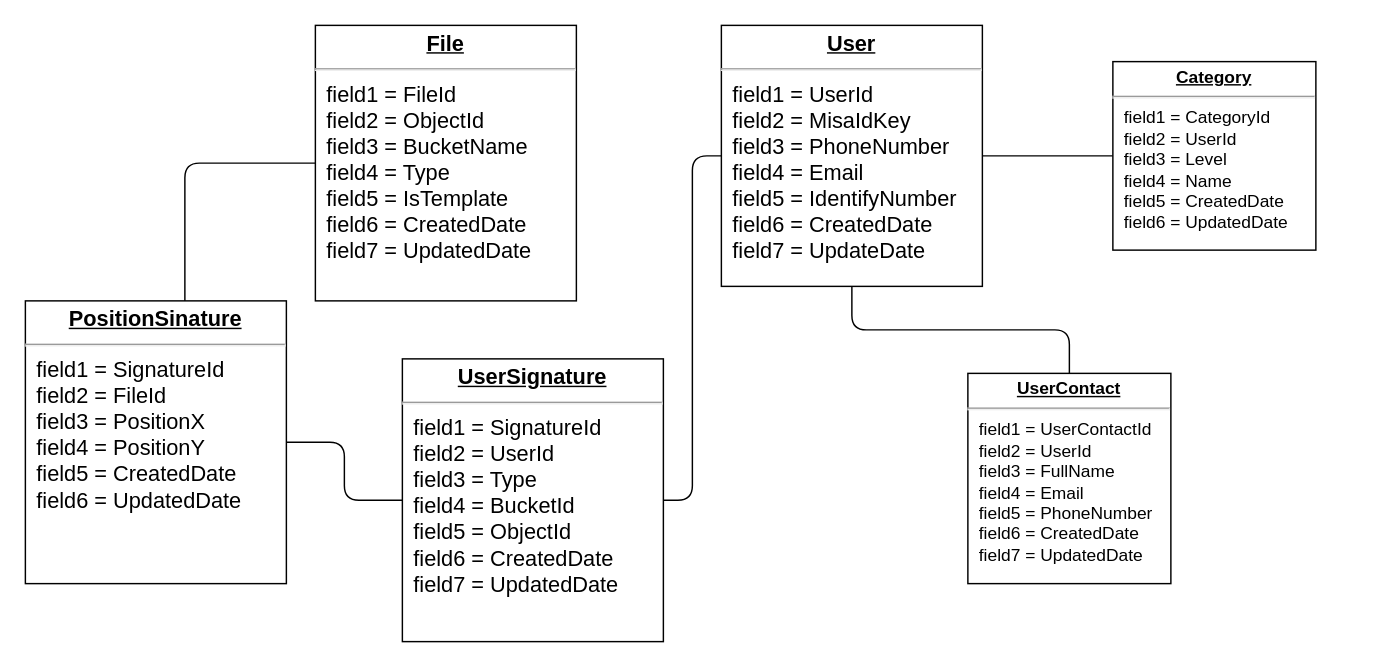
thangmt1997/app_sales keeps this draw.io diagram as DatabaseDiagram.drawio. Above is the earlier version. Source tidied: cells renumbered, new cells numbered last; positions are measured from the earlier drawing's top-left corner, leaving out a move shared by most shapes. Both pictures are drawn from the tidied source at 145%, with x=0, y=0 at pixel (25, 25).
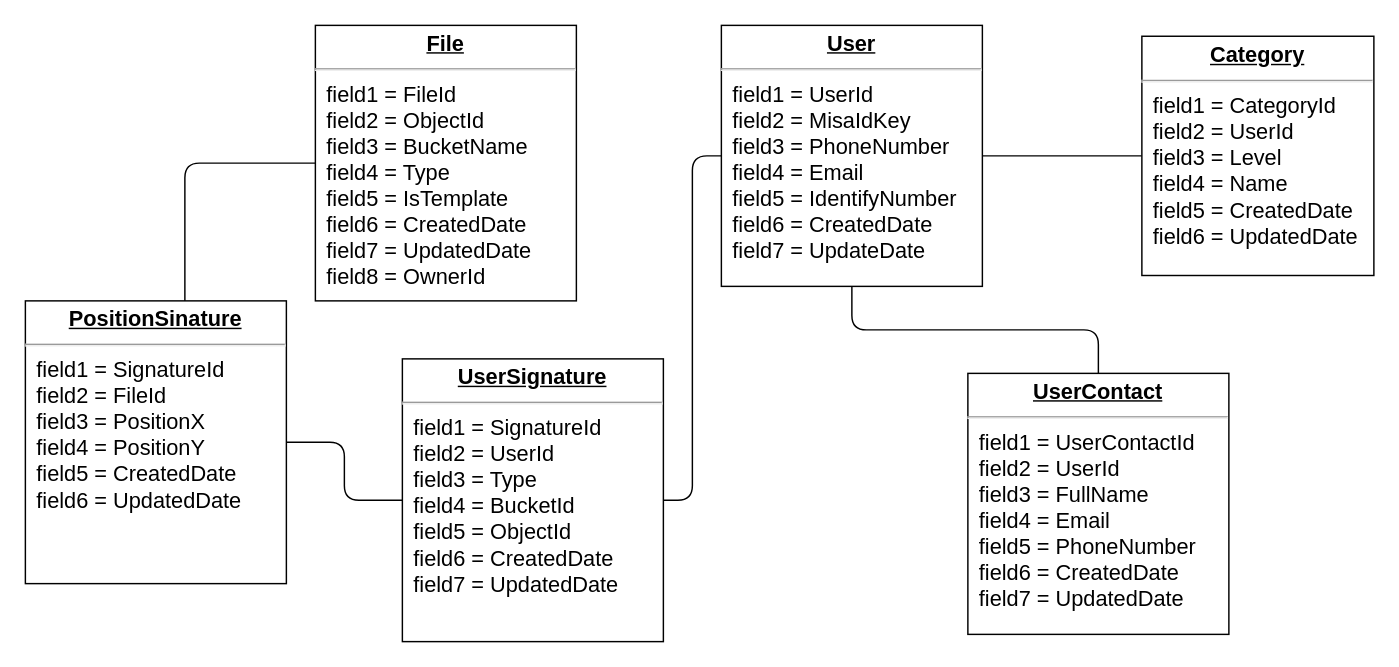
Above is the later version.

Change to the diagram source:
```diff
@@
 <mxGraphModel background="#ffffff">
   <root>
     <mxCell id="0" />
     <mxCell id="1" parent="0" />
-    <mxCell id="2" value="&lt;p style=&quot;margin: 4px 0px 0px ; text-align: center ; text-decoration: underline ; font-size: 15px&quot;&gt;&lt;b style=&quot;font-size: 15px&quot;&gt;File&lt;/b&gt;&lt;/p&gt;&lt;hr style=&quot;font-size: 15px&quot;&gt;&lt;p style=&quot;margin: 0px 0px 0px 8px ; font-size: 15px&quot;&gt;field1 = FileId&lt;br style=&quot;font-size: 15px&quot;&gt;field2 = ObjectId&lt;br style=&quot;font-size: 15px&quot;&gt;field3 = BucketName&lt;/p&gt;&lt;p style=&quot;margin: 0px 0px 0px 8px ; font-size: 15px&quot;&gt;field4 = Type&lt;br style=&quot;font-size: 15px&quot;&gt;&lt;/p&gt;&lt;p style=&quot;margin: 0px 0px 0px 8px ; font-size: 15px&quot;&gt;field5 = IsTemplate&lt;br style=&quot;font-size: 15px&quot;&gt;&lt;/p&gt;&lt;p style=&quot;margin: 0px 0px 0px 8px ; font-size: 15px&quot;&gt;field6 = CreatedDate&lt;br style=&quot;font-size: 15px&quot;&gt;&lt;/p&gt;&lt;p style=&quot;margin: 0px 0px 0px 8px ; font-size: 15px&quot;&gt;field7 = UpdatedDate&lt;/p&gt;" style="verticalAlign=top;align=left;overflow=fill;fontSize=15;fontFamily=Helvetica;html=1;rounded=0;shadow=0;comic=0;labelBackgroundColor=none;strokeWidth=1;" parent="1" vertex="1">
+    <mxCell id="2" value="&lt;p style=&quot;margin: 4px 0px 0px ; text-align: center ; text-decoration: underline ; font-size: 15px&quot;&gt;&lt;b style=&quot;font-size: 15px&quot;&gt;File&lt;/b&gt;&lt;/p&gt;&lt;hr style=&quot;font-size: 15px&quot;&gt;&lt;p style=&quot;margin: 0px 0px 0px 8px ; font-size: 15px&quot;&gt;field1 = FileId&lt;br style=&quot;font-size: 15px&quot;&gt;field2 = ObjectId&lt;br style=&quot;font-size: 15px&quot;&gt;field3 = BucketName&lt;/p&gt;&lt;p style=&quot;margin: 0px 0px 0px 8px ; font-size: 15px&quot;&gt;field4 = Type&lt;br style=&quot;font-size: 15px&quot;&gt;&lt;/p&gt;&lt;p style=&quot;margin: 0px 0px 0px 8px ; font-size: 15px&quot;&gt;field5 = IsTemplate&lt;br style=&quot;font-size: 15px&quot;&gt;&lt;/p&gt;&lt;p style=&quot;margin: 0px 0px 0px 8px ; font-size: 15px&quot;&gt;field6 = CreatedDate&lt;br style=&quot;font-size: 15px&quot;&gt;&lt;/p&gt;&lt;p style=&quot;margin: 0px 0px 0px 8px ; font-size: 15px&quot;&gt;field7 = UpdatedDate&lt;br&gt;field8 = OwnerId&lt;/p&gt;" style="verticalAlign=top;align=left;overflow=fill;fontSize=15;fontFamily=Helvetica;html=1;rounded=0;shadow=0;comic=0;labelBackgroundColor=none;strokeWidth=1;" parent="1" vertex="1">
       <mxGeometry x="200" width="180" height="190" as="geometry" />
     </mxCell>
     <mxCell id="3" style="edgeStyle=orthogonalEdgeStyle;rounded=1;jettySize=auto;html=1;entryX=1;entryY=0.5;entryDx=0;entryDy=0;fontSize=15;endArrow=none;endFill=0;strokeColor=#000000;" parent="1" edge="1" source="4" target="12">
       <mxGeometry relative="1" as="geometry" />
     </mxCell>
     <mxCell id="4" value="&lt;p style=&quot;margin: 4px 0px 0px; text-align: center; text-decoration: underline; font-size: 15px;&quot;&gt;&lt;b style=&quot;font-size: 15px;&quot;&gt;UserSignature&lt;/b&gt;&lt;/p&gt;&lt;hr style=&quot;font-size: 15px;&quot;&gt;&lt;p style=&quot;margin: 0px 0px 0px 8px; font-size: 15px;&quot;&gt;field1 = SignatureId&lt;br style=&quot;font-size: 15px;&quot;&gt;field2 = UserId&lt;br style=&quot;font-size: 15px;&quot;&gt;field3 = Type&lt;/p&gt;&lt;p style=&quot;margin: 0px 0px 0px 8px; font-size: 15px;&quot;&gt;field4 = BucketId&lt;/p&gt;&lt;p style=&quot;margin: 0px 0px 0px 8px; font-size: 15px;&quot;&gt;field5 = ObjectId&lt;br style=&quot;font-size: 15px;&quot;&gt;&lt;/p&gt;&lt;p style=&quot;margin: 0px 0px 0px 8px; font-size: 15px;&quot;&gt;field6 = CreatedDate&lt;/p&gt;&lt;p style=&quot;margin: 0px 0px 0px 8px; font-size: 15px;&quot;&gt;field7 = UpdatedDate&lt;/p&gt;&lt;p style=&quot;margin: 0px 0px 0px 8px; font-size: 15px;&quot;&gt;&lt;br style=&quot;font-size: 15px;&quot;&gt;&lt;/p&gt;" style="verticalAlign=top;align=left;overflow=fill;fontSize=15;fontFamily=Helvetica;html=1;rounded=0;shadow=0;comic=0;labelBackgroundColor=none;strokeWidth=1;" parent="1" vertex="1">
       <mxGeometry x="260" y="230" width="180" height="195" as="geometry" />
     </mxCell>
     <mxCell id="5" style="edgeStyle=orthogonalEdgeStyle;rounded=1;jettySize=auto;html=1;entryX=0;entryY=0.5;entryDx=0;entryDy=0;fontSize=15;endArrow=none;endFill=0;strokeColor=#000000;" parent="1" edge="1" source="8" target="10">
       <mxGeometry relative="1" as="geometry" />
     </mxCell>
     <mxCell id="6" style="edgeStyle=orthogonalEdgeStyle;rounded=1;jettySize=auto;html=1;entryX=1;entryY=0.5;entryDx=0;entryDy=0;fontSize=15;endArrow=none;endFill=0;strokeColor=#000000;" parent="1" edge="1" source="8" target="4">
       <mxGeometry relative="1" as="geometry" />
     </mxCell>
     <mxCell id="7" style="edgeStyle=orthogonalEdgeStyle;rounded=1;jettySize=auto;html=1;entryX=0.5;entryY=0;entryDx=0;entryDy=0;fontSize=15;endArrow=none;endFill=0;strokeColor=#000000;" parent="1" edge="1" source="8" target="9">
       <mxGeometry relative="1" as="geometry" />
     </mxCell>
     <mxCell id="8" value="&lt;p style=&quot;margin: 4px 0px 0px ; text-align: center ; text-decoration: underline ; font-size: 15px&quot;&gt;&lt;b style=&quot;font-size: 15px&quot;&gt;User&lt;/b&gt;&lt;/p&gt;&lt;hr style=&quot;font-size: 15px&quot;&gt;&lt;p style=&quot;margin: 0px 0px 0px 8px ; font-size: 15px&quot;&gt;field1 = UserId&lt;br style=&quot;font-size: 15px&quot;&gt;field2 = MisaIdKey&lt;br style=&quot;font-size: 15px&quot;&gt;field3 = PhoneNumber&lt;/p&gt;&lt;p style=&quot;margin: 0px 0px 0px 8px ; font-size: 15px&quot;&gt;field4 = Email&lt;br style=&quot;font-size: 15px&quot;&gt;&lt;/p&gt;&lt;p style=&quot;margin: 0px 0px 0px 8px ; font-size: 15px&quot;&gt;field5 = IdentifyNumber&lt;br style=&quot;font-size: 15px&quot;&gt;&lt;/p&gt;&lt;p style=&quot;margin: 0px 0px 0px 8px ; font-size: 15px&quot;&gt;field6 = CreatedDate&lt;br style=&quot;font-size: 15px&quot;&gt;&lt;/p&gt;&lt;p style=&quot;margin: 0px 0px 0px 8px ; font-size: 15px&quot;&gt;field7 = UpdateDate&lt;br style=&quot;font-size: 15px&quot;&gt;&lt;/p&gt;&lt;p style=&quot;margin: 0px 0px 0px 8px ; font-size: 15px&quot;&gt;&lt;br&gt;&lt;/p&gt;" style="verticalAlign=top;align=left;overflow=fill;fontSize=15;fontFamily=Helvetica;html=1;rounded=0;shadow=0;comic=0;labelBackgroundColor=none;strokeWidth=1;" parent="1" vertex="1">
       <mxGeometry x="480" width="180" height="180" as="geometry" />
     </mxCell>
-    <mxCell id="9" value="&lt;p style=&quot;margin: 0px ; margin-top: 4px ; text-align: center ; text-decoration: underline&quot;&gt;&lt;b&gt;UserContact&lt;/b&gt;&lt;/p&gt;&lt;hr&gt;&lt;p style=&quot;margin: 0px ; margin-left: 8px&quot;&gt;field1 = UserContactId&lt;br&gt;field2 = UserId&lt;br&gt;field3 = FullName&lt;/p&gt;&lt;p style=&quot;margin: 0px ; margin-left: 8px&quot;&gt;field4 = Email&lt;br&gt;&lt;/p&gt;&lt;p style=&quot;margin: 0px ; margin-left: 8px&quot;&gt;field5 = PhoneNumber&lt;br&gt;&lt;/p&gt;&lt;p style=&quot;margin: 0px ; margin-left: 8px&quot;&gt;field6 = CreatedDate&lt;br&gt;&lt;/p&gt;&lt;p style=&quot;margin: 0px ; margin-left: 8px&quot;&gt;field7 = UpdatedDate&lt;/p&gt;" style="verticalAlign=top;align=left;overflow=fill;fontSize=12;fontFamily=Helvetica;html=1;rounded=0;shadow=0;comic=0;labelBackgroundColor=none;strokeWidth=1;" parent="1" vertex="1">
-      <mxGeometry x="650" y="240" width="140" height="145" as="geometry" />
+    <mxCell id="9" value="&lt;p style=&quot;margin: 4px 0px 0px; text-align: center; text-decoration: underline; font-size: 15px;&quot;&gt;&lt;b style=&quot;font-size: 15px;&quot;&gt;UserContact&lt;/b&gt;&lt;/p&gt;&lt;hr style=&quot;font-size: 15px;&quot;&gt;&lt;p style=&quot;margin: 0px 0px 0px 8px; font-size: 15px;&quot;&gt;field1 = UserContactId&lt;br style=&quot;font-size: 15px;&quot;&gt;field2 = UserId&lt;br style=&quot;font-size: 15px;&quot;&gt;field3 = FullName&lt;/p&gt;&lt;p style=&quot;margin: 0px 0px 0px 8px; font-size: 15px;&quot;&gt;field4 = Email&lt;br style=&quot;font-size: 15px;&quot;&gt;&lt;/p&gt;&lt;p style=&quot;margin: 0px 0px 0px 8px; font-size: 15px;&quot;&gt;field5 = PhoneNumber&lt;br style=&quot;font-size: 15px;&quot;&gt;&lt;/p&gt;&lt;p style=&quot;margin: 0px 0px 0px 8px; font-size: 15px;&quot;&gt;field6 = CreatedDate&lt;br style=&quot;font-size: 15px;&quot;&gt;&lt;/p&gt;&lt;p style=&quot;margin: 0px 0px 0px 8px; font-size: 15px;&quot;&gt;field7 = UpdatedDate&lt;/p&gt;" style="verticalAlign=top;align=left;overflow=fill;fontSize=15;fontFamily=Helvetica;html=1;rounded=0;shadow=0;comic=0;labelBackgroundColor=none;strokeWidth=1;" parent="1" vertex="1">
+      <mxGeometry x="650" y="240" width="180" height="180" as="geometry" />
     </mxCell>
-    <mxCell id="10" value="&lt;p style=&quot;margin: 0px ; margin-top: 4px ; text-align: center ; text-decoration: underline&quot;&gt;&lt;b&gt;Category&lt;/b&gt;&lt;/p&gt;&lt;hr&gt;&lt;p style=&quot;margin: 0px ; margin-left: 8px&quot;&gt;field1 = CategoryId&lt;br&gt;field2 = UserId&lt;br&gt;field3 = Level&lt;/p&gt;&lt;p style=&quot;margin: 0px ; margin-left: 8px&quot;&gt;field4 = Name&lt;br&gt;&lt;/p&gt;&lt;p style=&quot;margin: 0px ; margin-left: 8px&quot;&gt;field5 = CreatedDate&lt;/p&gt;&lt;p style=&quot;margin: 0px ; margin-left: 8px&quot;&gt;field6 = UpdatedDate&lt;/p&gt;&lt;p style=&quot;margin: 0px ; margin-left: 8px&quot;&gt;&lt;br&gt;&lt;/p&gt;" style="verticalAlign=top;align=left;overflow=fill;fontSize=12;fontFamily=Helvetica;html=1;rounded=0;shadow=0;comic=0;labelBackgroundColor=none;strokeWidth=1;" parent="1" vertex="1">
-      <mxGeometry x="750" y="25" width="140" height="130" as="geometry" />
+    <mxCell id="10" value="&lt;p style=&quot;margin: 4px 0px 0px; text-align: center; text-decoration: underline; font-size: 15px;&quot;&gt;&lt;b style=&quot;font-size: 15px;&quot;&gt;Category&lt;/b&gt;&lt;/p&gt;&lt;hr style=&quot;font-size: 15px;&quot;&gt;&lt;p style=&quot;margin: 0px 0px 0px 8px; font-size: 15px;&quot;&gt;field1 = CategoryId&lt;br style=&quot;font-size: 15px;&quot;&gt;field2 = UserId&lt;br style=&quot;font-size: 15px;&quot;&gt;field3 = Level&lt;/p&gt;&lt;p style=&quot;margin: 0px 0px 0px 8px; font-size: 15px;&quot;&gt;field4 = Name&lt;br style=&quot;font-size: 15px;&quot;&gt;&lt;/p&gt;&lt;p style=&quot;margin: 0px 0px 0px 8px; font-size: 15px;&quot;&gt;field5 = CreatedDate&lt;/p&gt;&lt;p style=&quot;margin: 0px 0px 0px 8px; font-size: 15px;&quot;&gt;field6 = UpdatedDate&lt;/p&gt;&lt;p style=&quot;margin: 0px 0px 0px 8px; font-size: 15px;&quot;&gt;&lt;br style=&quot;font-size: 15px;&quot;&gt;&lt;/p&gt;" style="verticalAlign=top;align=left;overflow=fill;fontSize=15;fontFamily=Helvetica;html=1;rounded=0;shadow=0;comic=0;labelBackgroundColor=none;strokeWidth=1;" parent="1" vertex="1">
+      <mxGeometry x="770" y="7.5" width="160" height="165" as="geometry" />
     </mxCell>
     <mxCell id="11" style="edgeStyle=orthogonalEdgeStyle;jettySize=auto;html=1;entryX=0;entryY=0.5;entryDx=0;entryDy=0;fontSize=15;rounded=1;endArrow=none;endFill=0;" parent="1" edge="1" source="12" target="2">
       <mxGeometry relative="1" as="geometry">
         <Array as="points">
           <mxPoint x="110" y="95" />
         </Array>
       </mxGeometry>
     </mxCell>
     <mxCell id="12" value="&lt;p style=&quot;margin: 4px 0px 0px ; text-align: center ; text-decoration: underline ; font-size: 15px&quot;&gt;&lt;b style=&quot;font-size: 15px&quot;&gt;PositionSinature&lt;/b&gt;&lt;/p&gt;&lt;hr style=&quot;font-size: 15px&quot;&gt;&lt;p style=&quot;margin: 0px 0px 0px 8px ; font-size: 15px&quot;&gt;field1 = SignatureId&lt;br style=&quot;font-size: 15px&quot;&gt;field2 = FileId&lt;br style=&quot;font-size: 15px&quot;&gt;field3 = PositionX&lt;/p&gt;&lt;p style=&quot;margin: 0px 0px 0px 8px ; font-size: 15px&quot;&gt;field4 = PositionY&lt;/p&gt;&lt;p style=&quot;margin: 0px 0px 0px 8px ; font-size: 15px&quot;&gt;field5 = CreatedDate&lt;br style=&quot;font-size: 15px&quot;&gt;&lt;/p&gt;&lt;p style=&quot;margin: 0px 0px 0px 8px ; font-size: 15px&quot;&gt;field6 = UpdatedDate&lt;/p&gt;&lt;p style=&quot;margin: 0px 0px 0px 8px ; font-size: 15px&quot;&gt;&lt;br style=&quot;font-size: 15px&quot;&gt;&lt;/p&gt;" style="verticalAlign=top;align=left;overflow=fill;fontSize=15;fontFamily=Helvetica;html=1;rounded=0;shadow=0;comic=0;labelBackgroundColor=none;strokeWidth=1;" parent="1" vertex="1">
       <mxGeometry y="190" width="180" height="195" as="geometry" />
     </mxCell>
   </root>
 </mxGraphModel>
```
